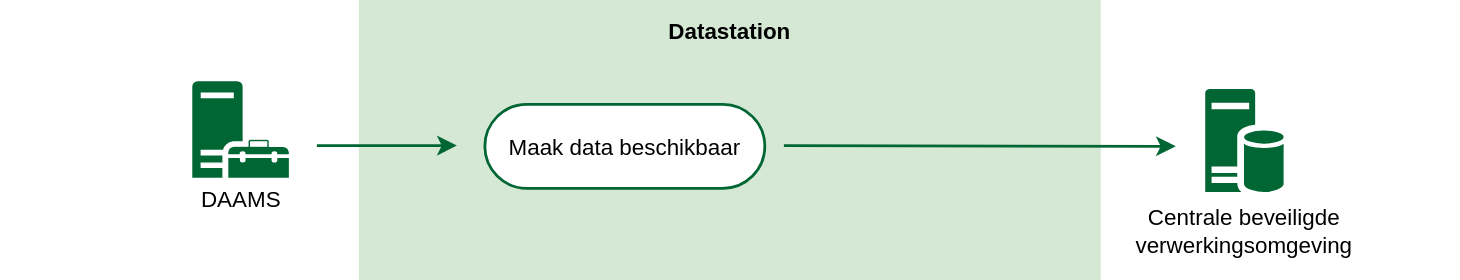
This is docs/proces/uc-klaarzetten.drawio.svg from Health-RI/data-station-specification, a draw.io export, as it was before one commit. Source tidied: cells renumbered, new cells last; positions are measured from the earlier drawing's top-left corner, leaving out a move shared by most shapes. Its diagram source:
```xml
<mxGraphModel>
  <root>
    <mxCell id="0" />
    <mxCell id="1" parent="0" />
    <mxCell id="2" value="Datastation" style="rounded=0;whiteSpace=wrap;html=1;fillColor=#D5E8D4;dashed=1;strokeColor=none;strokeWidth=1.9685;verticalAlign=top;fontSize=16;fontFamily=Arial;fontStyle=1;spacingTop=7.874;spacing=1.9685;" parent="1" vertex="1">
      <mxGeometry x="256.4" width="530" height="200" as="geometry" />
    </mxCell>
    <mxCell id="3" value="DAAMS" style="text;html=1;whiteSpace=wrap;strokeColor=none;fillColor=none;align=center;verticalAlign=middle;rounded=0;fontSize=16;fontFamily=Arial;" parent="1" vertex="1">
      <mxGeometry x="130.6" y="127" width="81.5" height="30" as="geometry" />
    </mxCell>
    <mxCell id="4" value="Maak data beschikbaar" style="rounded=1;whiteSpace=wrap;html=1;fontSize=16;arcSize=50;strokeWidth=1.9685;spacingLeft=11.811;spacingRight=11.811;strokeColor=#006633;fontFamily=Arial;" parent="1" vertex="1">
      <mxGeometry x="346.4" y="74.5" width="200" height="60" as="geometry" />
    </mxCell>
    <mxCell id="5" style="endArrow=classic;html=1;rounded=0;fontSize=12;startSize=8;endSize=8;curved=1;strokeWidth=1.9685;strokeColor=#006633;fontFamily=Arial;" parent="1" edge="1">
      <mxGeometry relative="1" as="geometry">
        <mxPoint x="226.4" y="104" as="sourcePoint" />
        <mxPoint x="326.4" y="104" as="targetPoint" />
      </mxGeometry>
    </mxCell>
    <mxCell id="6" style="rounded=0;whiteSpace=wrap;html=1;fillColor=none;strokeColor=none;" parent="1" vertex="1">
      <mxGeometry y="112" width="1042.8" height="60" as="geometry" />
    </mxCell>
    <mxCell id="7" style="sketch=0;shadow=0;dashed=0;html=1;strokeColor=#FFFFFF;labelPosition=center;verticalLabelPosition=bottom;verticalAlign=top;align=center;fillColor=#006633;shape=mxgraph.mscae.system_center.management_point;" parent="1" vertex="1">
      <mxGeometry x="136.4" y="57" width="70" height="70" as="geometry" />
    </mxCell>
    <mxCell id="8" style="sketch=0;shadow=0;dashed=0;html=1;strokeColor=#FFFFFF;labelPosition=center;verticalLabelPosition=bottom;verticalAlign=top;align=center;fillColor=#006633;shape=mxgraph.mscae.enterprise.database_server;fontFamily=Arial;" parent="1" vertex="1">
      <mxGeometry x="860" y="62.5" width="57" height="75" as="geometry" />
    </mxCell>
    <mxCell id="9" style="endArrow=classic;html=1;rounded=0;fontSize=12;startSize=8;endSize=8;curved=1;strokeWidth=1.9685;strokeColor=#006633;fontFamily=Arial;" parent="1" edge="1">
      <mxGeometry relative="1" as="geometry">
        <mxPoint x="560" y="104" as="sourcePoint" />
        <mxPoint x="840" y="104.5" as="targetPoint" />
      </mxGeometry>
    </mxCell>
    <mxCell id="10" value="Centrale beveiligde verwerkingsomgeving" style="text;html=1;whiteSpace=wrap;strokeColor=none;fillColor=none;align=center;verticalAlign=middle;rounded=0;fontSize=16;fontFamily=Arial;" parent="1" vertex="1">
      <mxGeometry x="848.1" y="150" width="80.8" height="30" as="geometry" />
    </mxCell>
  </root>
</mxGraphModel>
```
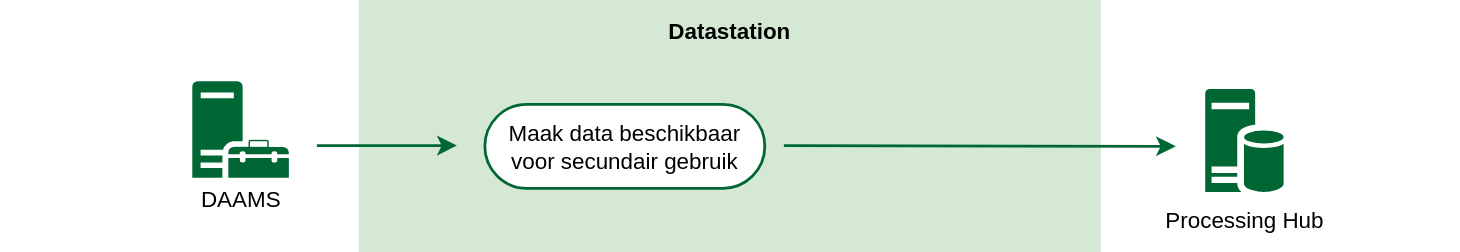
The same file after the commit.

Diff of the diagram source:
```diff
@@ -3,12 +3,12 @@
     <mxCell id="0" />
     <mxCell id="1" parent="0" />
     <mxCell id="2" value="Datastation" style="rounded=0;whiteSpace=wrap;html=1;fillColor=#D5E8D4;dashed=1;strokeColor=none;strokeWidth=1.9685;verticalAlign=top;fontSize=16;fontFamily=Arial;fontStyle=1;spacingTop=7.874;spacing=1.9685;" parent="1" vertex="1">
-      <mxGeometry x="256.4" width="530" height="200" as="geometry" />
+      <mxGeometry x="256.4" width="530" height="180" as="geometry" />
     </mxCell>
     <mxCell id="3" value="DAAMS" style="text;html=1;whiteSpace=wrap;strokeColor=none;fillColor=none;align=center;verticalAlign=middle;rounded=0;fontSize=16;fontFamily=Arial;" parent="1" vertex="1">
       <mxGeometry x="130.6" y="127" width="81.5" height="30" as="geometry" />
     </mxCell>
-    <mxCell id="4" value="Maak data beschikbaar" style="rounded=1;whiteSpace=wrap;html=1;fontSize=16;arcSize=50;strokeWidth=1.9685;spacingLeft=11.811;spacingRight=11.811;strokeColor=#006633;fontFamily=Arial;" parent="1" vertex="1">
+    <mxCell id="4" value="Maak data beschikbaar voor secundair gebruik" style="rounded=1;whiteSpace=wrap;html=1;fontSize=16;arcSize=50;strokeWidth=1.9685;spacingLeft=11.811;spacingRight=11.811;strokeColor=#006633;fontFamily=Arial;" parent="1" vertex="1">
       <mxGeometry x="346.4" y="74.5" width="200" height="60" as="geometry" />
     </mxCell>
     <mxCell id="5" style="endArrow=classic;html=1;rounded=0;fontSize=12;startSize=8;endSize=8;curved=1;strokeWidth=1.9685;strokeColor=#006633;fontFamily=Arial;" parent="1" edge="1">
@@ -32,8 +32,8 @@
         <mxPoint x="840" y="104.5" as="targetPoint" />
       </mxGeometry>
     </mxCell>
-    <mxCell id="10" value="Centrale beveiligde verwerkingsomgeving" style="text;html=1;whiteSpace=wrap;strokeColor=none;fillColor=none;align=center;verticalAlign=middle;rounded=0;fontSize=16;fontFamily=Arial;" parent="1" vertex="1">
-      <mxGeometry x="848.1" y="150" width="80.8" height="30" as="geometry" />
+    <mxCell id="10" value="Processing Hub" style="text;html=1;whiteSpace=wrap;strokeColor=none;fillColor=none;align=center;verticalAlign=middle;rounded=0;fontSize=16;fontFamily=Arial;" parent="1" vertex="1">
+      <mxGeometry x="827.6" y="142" width="121.9" height="30" as="geometry" />
     </mxCell>
   </root>
 </mxGraphModel>
```
